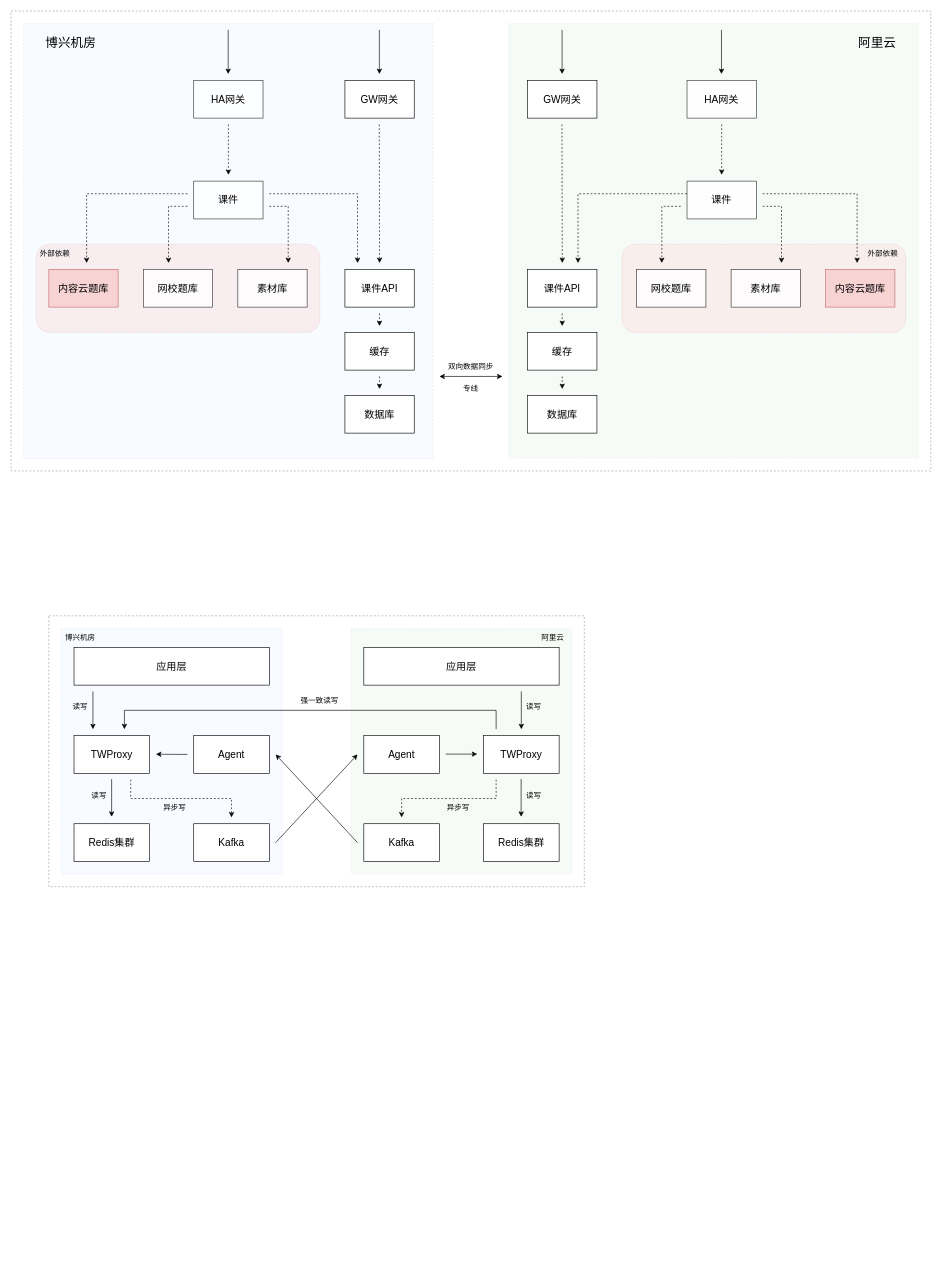
This is doublealive.drawio from huanjiesm/courseware-draw, a draw.io file, before an edit. Source tidied: cells renumbered, new cells numbered last; positions are measured from the earlier drawing's top-left corner, leaving out a move shared by most shapes. Both pictures are drawn from the tidied source at 63%, with x=0, y=0 at pixel (11, 11).
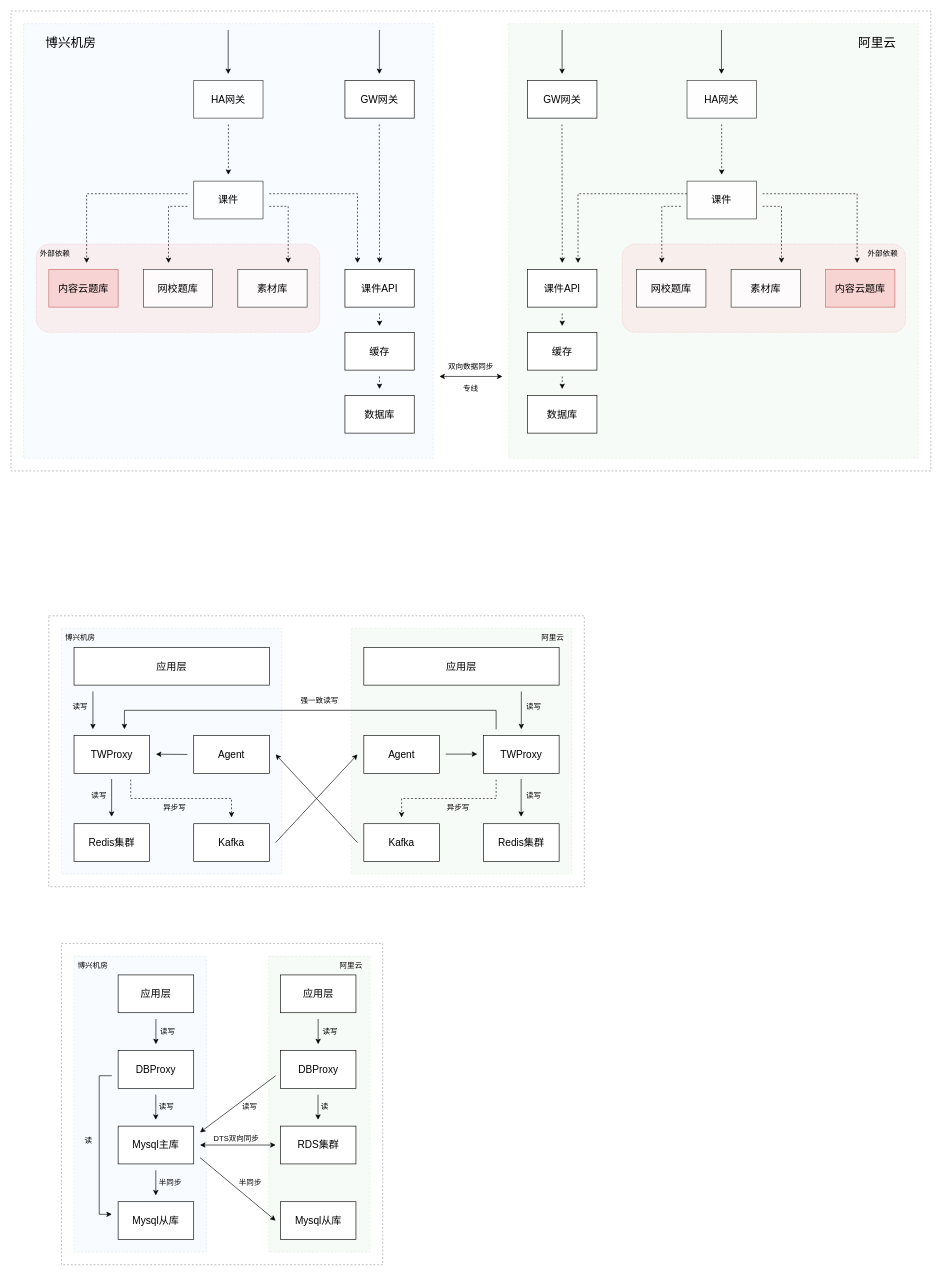
Above is the later version.

Diff of the diagram source:
```diff
@@
+    <mxCell id="85" style="rounded=0;whiteSpace=wrap;html=1;textOpacity=30;opacity=40;dashed=1;" parent="1" vertex="1">
+      <mxGeometry x="80" y="1480" width="510" height="510" as="geometry" />
+    </mxCell>
+    <mxCell id="86" style="rounded=0;whiteSpace=wrap;html=1;fillColor=#d5e8d4;strokeColor=#82b366;dashed=1;opacity=20;" parent="1" vertex="1">
+      <mxGeometry x="409" y="1500" width="161" height="470" as="geometry" />
+    </mxCell>
+    <mxCell id="87" style="rounded=0;whiteSpace=wrap;html=1;fillColor=#dae8fc;strokeColor=#6c8ebf;dashed=1;opacity=20;" parent="1" vertex="1">
+      <mxGeometry x="100" y="1500" width="210" height="470" as="geometry" />
+    </mxCell>
@@
+    <mxCell id="88" value="应用层" style="rounded=0;whiteSpace=wrap;html=1;fontSize=16;" parent="1" vertex="1">
+      <mxGeometry x="170" y="1530" width="120" height="60" as="geometry" />
+    </mxCell>
+    <mxCell id="89" value="DBProxy" style="rounded=0;whiteSpace=wrap;html=1;fontSize=16;" parent="1" vertex="1">
+      <mxGeometry x="170" y="1650" width="120" height="60" as="geometry" />
+    </mxCell>
+    <mxCell id="90" value="Mysql主库" style="rounded=0;whiteSpace=wrap;html=1;fontSize=16;" parent="1" vertex="1">
+      <mxGeometry x="170" y="1770" width="120" height="60" as="geometry" />
+    </mxCell>
+    <mxCell id="91" value="Mysql从库" style="rounded=0;whiteSpace=wrap;html=1;fontSize=16;" parent="1" vertex="1">
+      <mxGeometry x="170" y="1890" width="120" height="60" as="geometry" />
+    </mxCell>
+    <mxCell id="92" style="endArrow=classic;html=1;rounded=0;" parent="1" edge="1">
+      <mxGeometry relative="1" as="geometry">
+        <mxPoint x="230" y="1600" as="sourcePoint" />
+        <mxPoint x="230" y="1640" as="targetPoint" />
+      </mxGeometry>
+    </mxCell>
+    <mxCell id="93" style="endArrow=classic;html=1;rounded=0;" parent="1" edge="1">
+      <mxGeometry relative="1" as="geometry">
+        <mxPoint x="229.8" y="1720" as="sourcePoint" />
+        <mxPoint x="229.8" y="1760" as="targetPoint" />
+      </mxGeometry>
+    </mxCell>
+    <mxCell id="94" style="endArrow=classic;html=1;rounded=0;" parent="1" edge="1">
+      <mxGeometry relative="1" as="geometry">
+        <mxPoint x="229.8" y="1840" as="sourcePoint" />
+        <mxPoint x="229.8" y="1880" as="targetPoint" />
+      </mxGeometry>
+    </mxCell>
+    <mxCell id="95" value="读写" style="text;html=1;strokeColor=none;fillColor=none;align=left;verticalAlign=middle;whiteSpace=wrap;rounded=0;" parent="1" vertex="1">
+      <mxGeometry x="235" y="1610" width="45" height="20" as="geometry" />
+    </mxCell>
+    <mxCell id="96" value="读写" style="text;html=1;strokeColor=none;fillColor=none;align=left;verticalAlign=middle;whiteSpace=wrap;rounded=0;" parent="1" vertex="1">
+      <mxGeometry x="232.5" y="1730" width="45" height="20" as="geometry" />
+    </mxCell>
+    <mxCell id="97" value="半同步" style="text;html=1;strokeColor=none;fillColor=none;align=left;verticalAlign=middle;whiteSpace=wrap;rounded=0;" parent="1" vertex="1">
+      <mxGeometry x="232.5" y="1850" width="45" height="20" as="geometry" />
+    </mxCell>
+    <mxCell id="98" style="endArrow=classic;html=1;rounded=0;" parent="1" edge="1">
+      <mxGeometry relative="1" as="geometry">
+        <mxPoint x="160" y="1690" as="sourcePoint" />
+        <mxPoint x="160" y="1910" as="targetPoint" />
+        <Array as="points">
+          <mxPoint x="140" y="1690" />
+          <mxPoint x="140" y="1910" />
+        </Array>
+      </mxGeometry>
+    </mxCell>
+    <mxCell id="99" value="读" style="text;html=1;strokeColor=none;fillColor=none;align=right;verticalAlign=middle;whiteSpace=wrap;rounded=0;" parent="1" vertex="1">
+      <mxGeometry x="102.5" y="1784" width="27.5" height="20" as="geometry" />
+    </mxCell>
+    <mxCell id="100" value="应用层" style="rounded=0;whiteSpace=wrap;html=1;fontSize=16;" parent="1" vertex="1">
+      <mxGeometry x="427.5" y="1530" width="120" height="60" as="geometry" />
+    </mxCell>
+    <mxCell id="101" value="DBProxy" style="rounded=0;whiteSpace=wrap;html=1;fontSize=16;" parent="1" vertex="1">
+      <mxGeometry x="427.5" y="1650" width="120" height="60" as="geometry" />
+    </mxCell>
+    <mxCell id="102" value="RDS集群" style="rounded=0;whiteSpace=wrap;html=1;fontSize=16;" parent="1" vertex="1">
+      <mxGeometry x="427.5" y="1770" width="120" height="60" as="geometry" />
+    </mxCell>
+    <mxCell id="103" value="Mysql从库" style="rounded=0;whiteSpace=wrap;html=1;fontSize=16;" parent="1" vertex="1">
+      <mxGeometry x="427.5" y="1890" width="120" height="60" as="geometry" />
+    </mxCell>
+    <mxCell id="104" style="endArrow=classic;html=1;rounded=0;" parent="1" edge="1">
+      <mxGeometry relative="1" as="geometry">
+        <mxPoint x="487.5" y="1600" as="sourcePoint" />
+        <mxPoint x="487.5" y="1640" as="targetPoint" />
+      </mxGeometry>
+    </mxCell>
+    <mxCell id="105" style="endArrow=classic;html=1;rounded=0;" parent="1" edge="1">
+      <mxGeometry relative="1" as="geometry">
+        <mxPoint x="487.3" y="1720" as="sourcePoint" />
+        <mxPoint x="487.3" y="1760" as="targetPoint" />
+      </mxGeometry>
+    </mxCell>
+    <mxCell id="106" style="endArrow=classic;html=1;rounded=0;" parent="1" edge="1">
+      <mxGeometry relative="1" as="geometry">
+        <mxPoint x="300" y="1820" as="sourcePoint" />
+        <mxPoint x="420" y="1920" as="targetPoint" />
+      </mxGeometry>
+    </mxCell>
+    <mxCell id="107" value="读写" style="text;html=1;strokeColor=none;fillColor=none;align=left;verticalAlign=middle;whiteSpace=wrap;rounded=0;" parent="1" vertex="1">
+      <mxGeometry x="492.5" y="1610" width="45" height="20" as="geometry" />
+    </mxCell>
+    <mxCell id="108" value="读写" style="text;html=1;strokeColor=none;fillColor=none;align=left;verticalAlign=middle;whiteSpace=wrap;rounded=0;" parent="1" vertex="1">
+      <mxGeometry x="365" y="1730" width="45" height="20" as="geometry" />
+    </mxCell>
+    <mxCell id="109" style="endArrow=classic;startArrow=classic;html=1;rounded=0;" parent="1" edge="1">
+      <mxGeometry relative="1" as="geometry">
+        <mxPoint x="300" y="1800" as="sourcePoint" />
+        <mxPoint x="420" y="1800" as="targetPoint" />
+      </mxGeometry>
+    </mxCell>
+    <mxCell id="110" value="半同步" style="text;html=1;strokeColor=none;fillColor=none;align=left;verticalAlign=middle;whiteSpace=wrap;rounded=0;" parent="1" vertex="1">
+      <mxGeometry x="360" y="1850" width="45" height="20" as="geometry" />
+    </mxCell>
+    <mxCell id="111" value="DTS双向同步" style="text;html=1;strokeColor=none;fillColor=none;align=left;verticalAlign=middle;whiteSpace=wrap;rounded=0;" parent="1" vertex="1">
+      <mxGeometry x="320" y="1780" width="80" height="20" as="geometry" />
+    </mxCell>
+    <mxCell id="112" style="endArrow=classic;html=1;rounded=0;" parent="1" edge="1">
+      <mxGeometry relative="1" as="geometry">
+        <mxPoint x="420" y="1690" as="sourcePoint" />
+        <mxPoint x="300" y="1780" as="targetPoint" />
+      </mxGeometry>
+    </mxCell>
+    <mxCell id="113" value="读" style="text;html=1;strokeColor=none;fillColor=none;align=left;verticalAlign=middle;whiteSpace=wrap;rounded=0;" parent="1" vertex="1">
+      <mxGeometry x="490" y="1730" width="45" height="20" as="geometry" />
+    </mxCell>
+    <mxCell id="114" value="博兴机房" style="text;html=1;strokeColor=none;fillColor=none;align=center;verticalAlign=middle;whiteSpace=wrap;rounded=0;" parent="1" vertex="1">
+      <mxGeometry x="100" y="1500" width="60" height="30" as="geometry" />
+    </mxCell>
+    <mxCell id="115" value="阿里云" style="text;html=1;strokeColor=none;fillColor=none;align=center;verticalAlign=middle;whiteSpace=wrap;rounded=0;" parent="1" vertex="1">
+      <mxGeometry x="510" y="1500" width="60" height="30" as="geometry" />
+    </mxCell>
```
